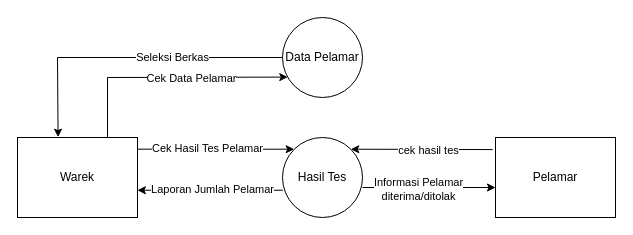
Earlier version of the draw.io diagram page "DDFD LEVEL 2" (4 of 5) of Diagram Tanpa Judul.drawio (aybe438/aybe438). Source tidied: cells renumbered, new cells numbered last; positions are measured from the earlier drawing's top-left corner, leaving out a move shared by most shapes. Both pictures are drawn from the tidied source at 100%, with x=0, y=0 at pixel (17, 17).
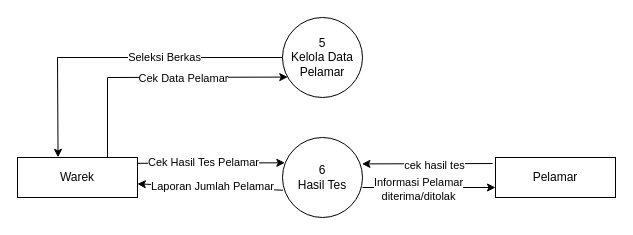
The same page after the edit.

What changed in the source:
```diff
@@
     <mxCell id="2" value="Warek" style="rounded=0;whiteSpace=wrap;html=1;" parent="1" vertex="1">
-      <mxGeometry y="120" width="120" height="80" as="geometry" />
+      <mxGeometry y="140" width="120" height="40" as="geometry" />
     </mxCell>
-    <mxCell id="3" value="Data Pelamar" style="ellipse;whiteSpace=wrap;html=1;" parent="1" vertex="1">
+    <mxCell id="3" value="5&lt;div&gt;Kelola Data Pelamar&lt;/div&gt;" style="ellipse;whiteSpace=wrap;html=1;" parent="1" vertex="1">
       <mxGeometry x="265" width="80" height="80" as="geometry" />
     </mxCell>
-    <mxCell id="4" value="Hasil Tes" style="ellipse;whiteSpace=wrap;html=1;" parent="1" vertex="1">
+    <mxCell id="4" value="6&lt;div&gt;Hasil Tes&lt;/div&gt;" style="ellipse;whiteSpace=wrap;html=1;" parent="1" vertex="1">
       <mxGeometry x="265" y="120" width="80" height="80" as="geometry" />
     </mxCell>
@@
-    <mxCell id="9" style="endArrow=classic;html=1;rounded=0;entryX=0;entryY=0;entryDx=0;entryDy=0;exitX=1;exitY=0.146;exitDx=0;exitDy=0;exitPerimeter=0;" parent="1" edge="1" source="2" target="4">
+    <mxCell id="9" style="endArrow=classic;html=1;rounded=0;entryX=0.029;entryY=0.316;entryDx=0;entryDy=0;exitX=1;exitY=0.146;exitDx=0;exitDy=0;exitPerimeter=0;entryPerimeter=0;" parent="1" edge="1" source="2" target="4">
       <mxGeometry relative="1" as="geometry" />
     </mxCell>
@@
     <mxCell id="13" value="Pelamar" style="rounded=0;whiteSpace=wrap;html=1;" parent="1" vertex="1">
-      <mxGeometry x="478" y="120" width="120" height="80" as="geometry" />
+      <mxGeometry x="478" y="140" width="120" height="40" as="geometry" />
     </mxCell>
-    <mxCell id="14" style="endArrow=classic;html=1;rounded=0;exitX=-0.024;exitY=0.151;exitDx=0;exitDy=0;entryX=1;entryY=0;entryDx=0;entryDy=0;exitPerimeter=0;" parent="1" edge="1" source="13" target="4">
+    <mxCell id="14" style="endArrow=classic;html=1;rounded=0;exitX=-0.024;exitY=0.151;exitDx=0;exitDy=0;entryX=0.993;entryY=0.33;entryDx=0;entryDy=0;exitPerimeter=0;entryPerimeter=0;" parent="1" edge="1" source="13" target="4">
       <mxGeometry relative="1" as="geometry" />
     </mxCell>
```
